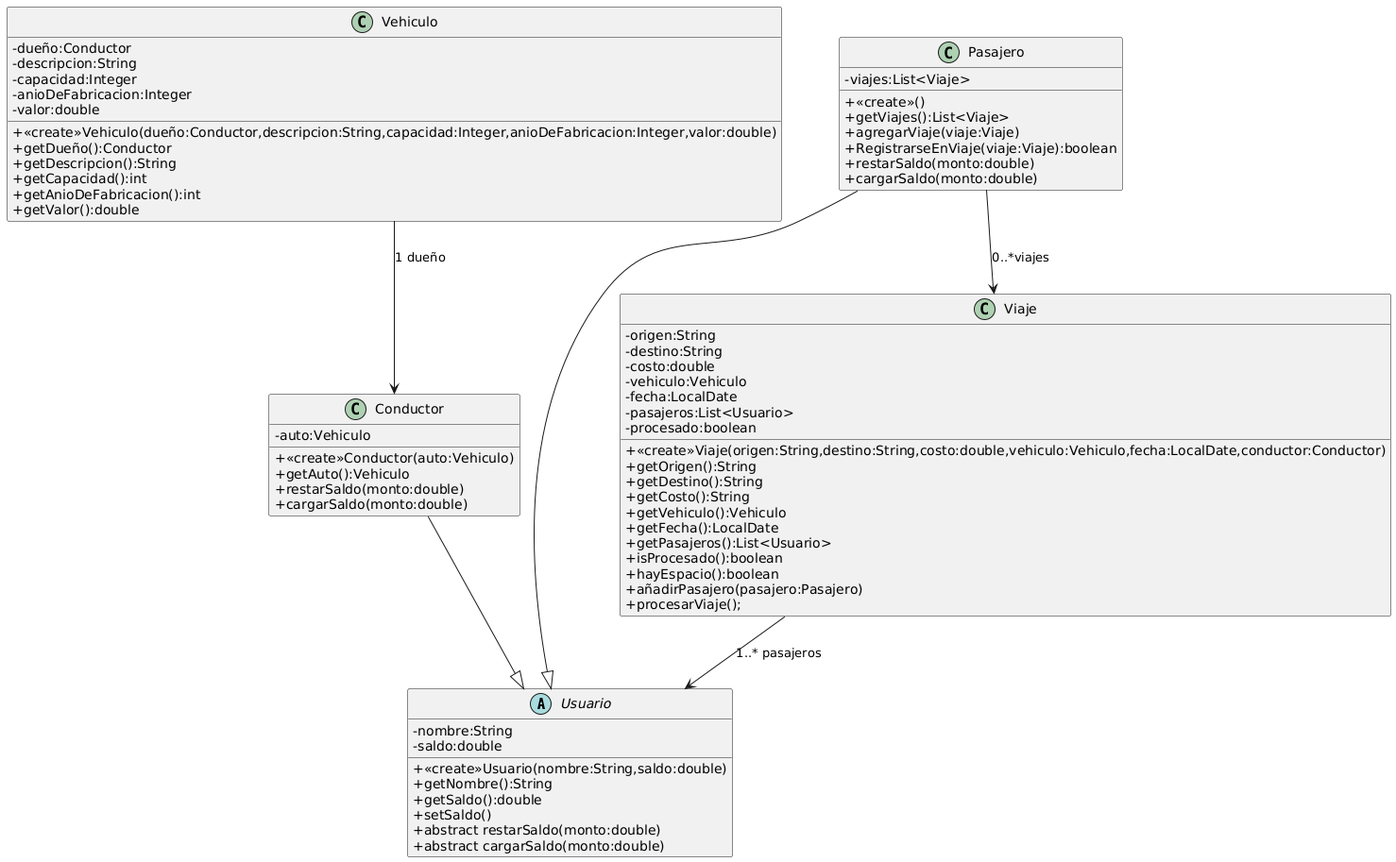
Earlier version of the PlantUML export ejercicio24/uml.png (FranManu18/Practica-Orientacion-a-Objetos-1). The source it was exported from:
```plantuml
@startuml
skinparam classAttributeIconSize 0
abstract Usuario{
-nombre:String
-saldo:double

+<<create>>Usuario(nombre:String,saldo:double)
+getNombre():String
+getSaldo():double
+setSaldo()
+abstract restarSaldo(monto:double)
+abstract cargarSaldo(monto:double)
}

class Conductor{
-auto:Vehiculo

+<<create>>Conductor(auto:Vehiculo)
+getAuto():Vehiculo
+restarSaldo(monto:double)
+cargarSaldo(monto:double)
}

class Pasajero{
-viajes:List<Viaje>

+<<create>>()
+getViajes():List<Viaje>
+agregarViaje(viaje:Viaje)
+RegistrarseEnViaje(viaje:Viaje):boolean
+restarSaldo(monto:double)
+cargarSaldo(monto:double)
}

class Vehiculo{
-dueño:Conductor
-descripcion:String
-capacidad:Integer
-anioDeFabricacion:Integer
-valor:double

+<<create>>Vehiculo(dueño:Conductor,descripcion:String,capacidad:Integer,anioDeFabricacion:Integer,valor:double)
+getDueño():Conductor
+getDescripcion():String
+getCapacidad():int
+getAnioDeFabricacion():int
+getValor():double
}

class Viaje{
-origen:String
-destino:String
-costo:double
-vehiculo:Vehiculo
-fecha:LocalDate
-pasajeros:List<Usuario>
-procesado:boolean

+<<create>>Viaje(origen:String,destino:String,costo:double,vehiculo:Vehiculo,fecha:LocalDate,conductor:Conductor)
+getOrigen():String
+getDestino():String
+getCosto():String
+getVehiculo():Vehiculo
+getFecha():LocalDate
+getPasajeros():List<Usuario>
+isProcesado():boolean
+hayEspacio():boolean
+añadirPasajero(pasajero:Pasajero)
+procesarViaje();
}

Conductor--|>Usuario
Pasajero--|>Usuario
Pasajero-->Viaje:0..*viajes

Vehiculo-->Conductor:1 dueño

Viaje-->Usuario:1..* pasajeros
@enduml
```
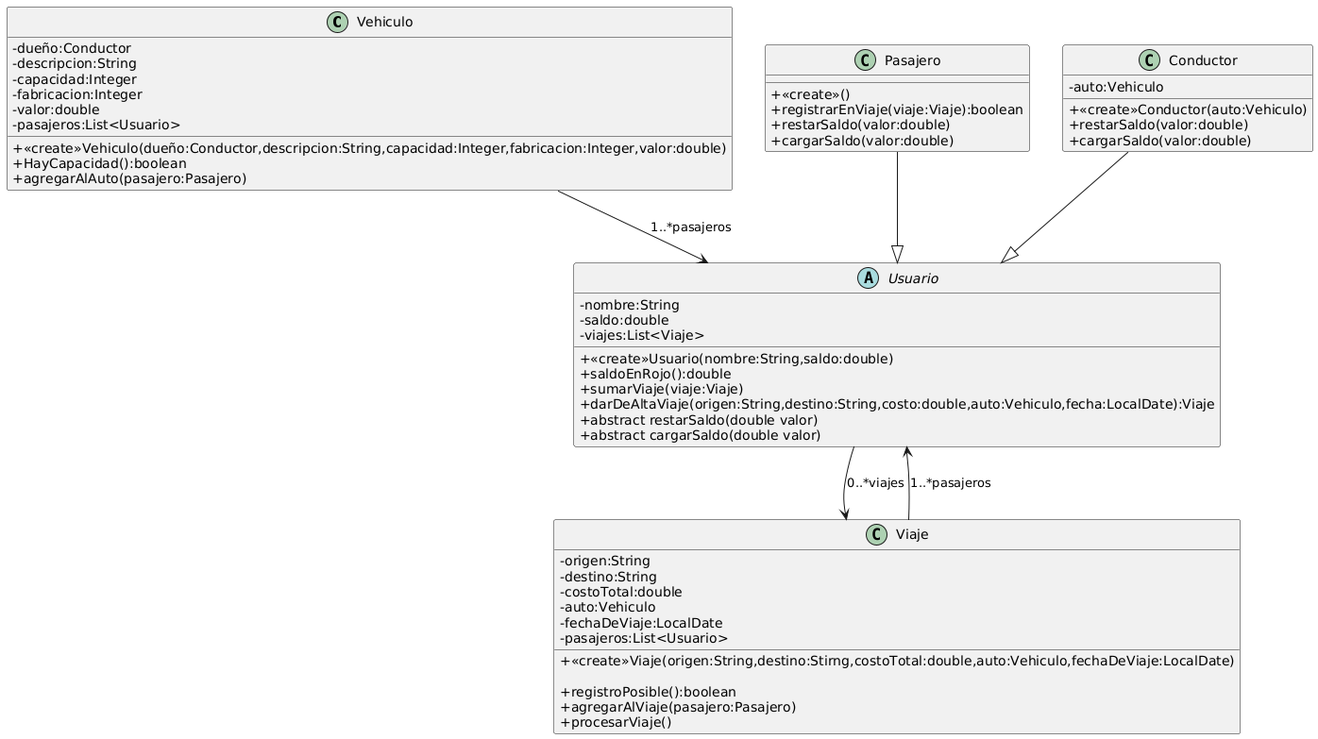
After the commit.

Diff of the diagram source:
```diff
@@ -1,79 +1,68 @@
 @startuml
 skinparam classAttributeIconSize 0
-abstract Usuario{
--nombre:String
--saldo:double
+class Vehiculo{
+-dueño:Conductor
+-descripcion:String
+-capacidad:Integer
+-fabricacion:Integer
+-valor:double
+-pasajeros:List<Usuario>
 
-+<<create>>Usuario(nombre:String,saldo:double)
-+getNombre():String
-+getSaldo():double
-+setSaldo()
-+abstract restarSaldo(monto:double)
-+abstract cargarSaldo(monto:double)
++<<create>>Vehiculo(dueño:Conductor,descripcion:String,capacidad:Integer,fabricacion:Integer,valor:double)
++HayCapacidad():boolean
++agregarAlAuto(pasajero:Pasajero)
+
+}
+
+class Pasajero{
+
++<<create>>()
++registrarEnViaje(viaje:Viaje):boolean
++restarSaldo(valor:double)
++cargarSaldo(valor:double)
 }
 
 class Conductor{
 -auto:Vehiculo
 
 +<<create>>Conductor(auto:Vehiculo)
-+getAuto():Vehiculo
-+restarSaldo(monto:double)
-+cargarSaldo(monto:double)
-}
-
-class Pasajero{
--viajes:List<Viaje>
-
-+<<create>>()
-+getViajes():List<Viaje>
-+agregarViaje(viaje:Viaje)
-+RegistrarseEnViaje(viaje:Viaje):boolean
-+restarSaldo(monto:double)
-+cargarSaldo(monto:double)
-}
-
-class Vehiculo{
--dueño:Conductor
--descripcion:String
--capacidad:Integer
--anioDeFabricacion:Integer
--valor:double
-
-+<<create>>Vehiculo(dueño:Conductor,descripcion:String,capacidad:Integer,anioDeFabricacion:Integer,valor:double)
-+getDueño():Conductor
-+getDescripcion():String
-+getCapacidad():int
-+getAnioDeFabricacion():int
-+getValor():double
++restarSaldo(valor:double)
++cargarSaldo(valor:double)
 }
 
 class Viaje{
 -origen:String
 -destino:String
--costo:double
--vehiculo:Vehiculo
--fecha:LocalDate
+-costoTotal:double
+-auto:Vehiculo
+-fechaDeViaje:LocalDate
 -pasajeros:List<Usuario>
--procesado:boolean
 
-+<<create>>Viaje(origen:String,destino:String,costo:double,vehiculo:Vehiculo,fecha:LocalDate,conductor:Conductor)
-+getOrigen():String
-+getDestino():String
-+getCosto():String
-+getVehiculo():Vehiculo
-+getFecha():LocalDate
-+getPasajeros():List<Usuario>
-+isProcesado():boolean
-+hayEspacio():boolean
-+añadirPasajero(pasajero:Pasajero)
-+procesarViaje();
++<<create>>Viaje(origen:String,destino:Stirng,costoTotal:double,auto:Vehiculo,fechaDeViaje:LocalDate)
+
++registroPosible():boolean
++agregarAlViaje(pasajero:Pasajero)
++procesarViaje()
+}
+
+abstract Usuario{
+-nombre:String
+-saldo:double
+-viajes:List<Viaje>
+
++<<create>>Usuario(nombre:String,saldo:double)
++saldoEnRojo():double
++sumarViaje(viaje:Viaje)
++darDeAltaViaje(origen:String,destino:String,costo:double,auto:Vehiculo,fecha:LocalDate):Viaje
++abstract restarSaldo(double valor)
++abstract cargarSaldo(double valor)
 }
 
 Conductor--|>Usuario
 Pasajero--|>Usuario
-Pasajero-->Viaje:0..*viajes
 
-Vehiculo-->Conductor:1 dueño
+Usuario-->Viaje:0..*viajes
 
-Viaje-->Usuario:1..* pasajeros
+Vehiculo-->Usuario:1..*pasajeros
+Viaje-->Usuario:1..*pasajeros
 @enduml
```
